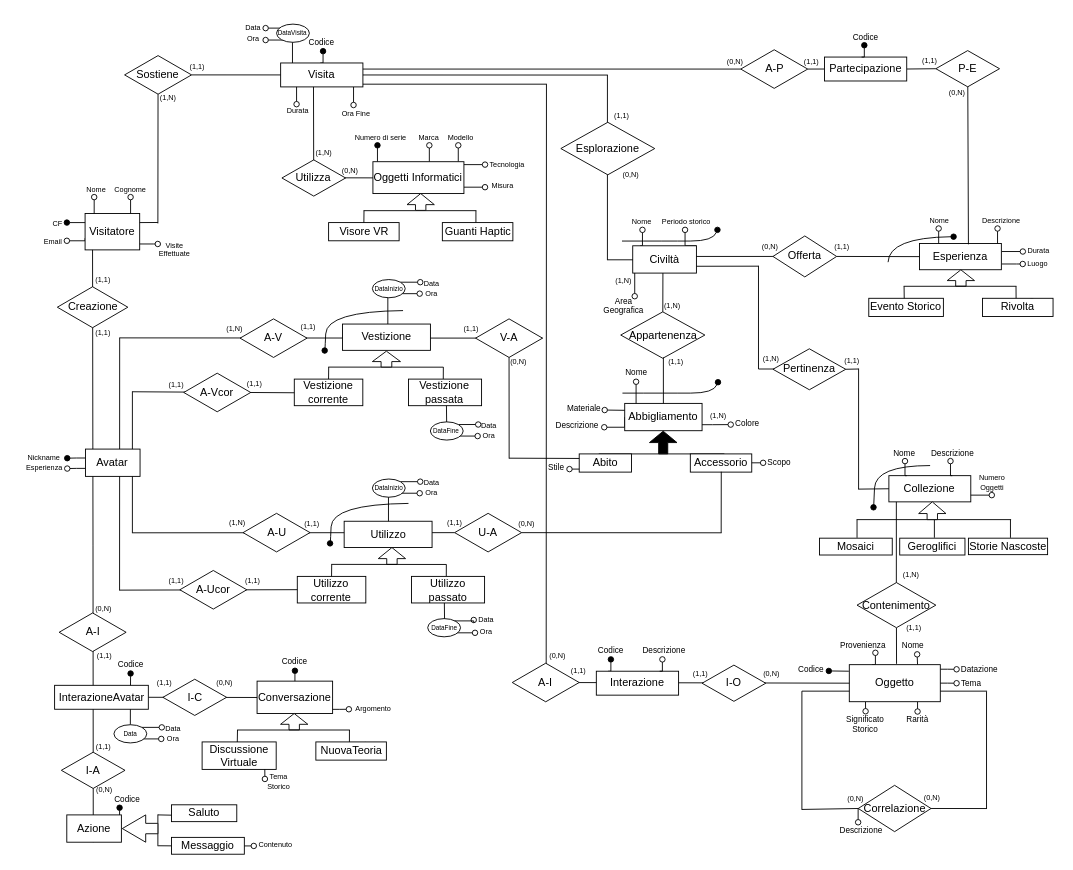
pnocerino/BasiDiDati keeps this draw.io diagram as WP1/ER.drawio. Above is the earlier version. Source tidied: cells renumbered, new cells numbered last; positions are measured from the earlier drawing's top-left corner, leaving out a move shared by most shapes. Both pictures are drawn from the tidied source at 91%, with x=0, y=0 at pixel (22, 19).
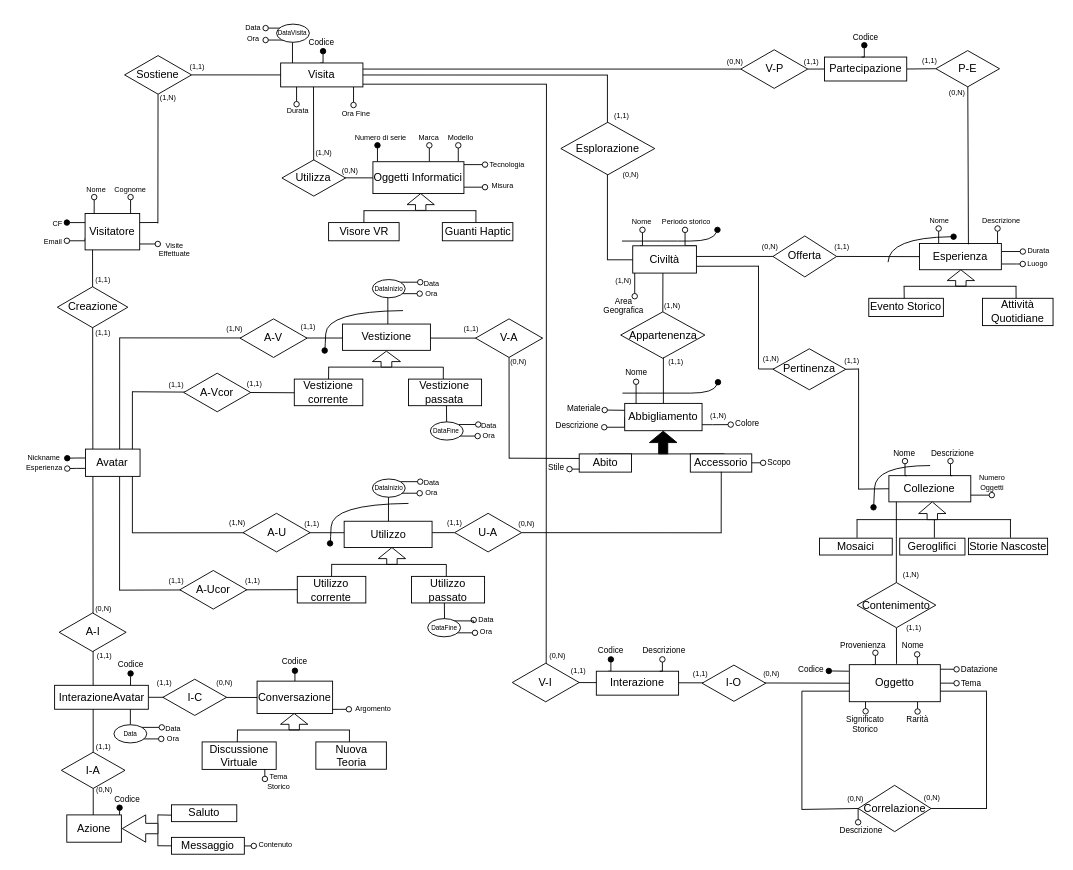
After the change.

The edit, as a diff of the source:
```diff
@@
-    <mxCell id="75" value="Rivolta" style="whiteSpace=wrap;html=1;align=center;" parent="1" vertex="1">
-      <mxGeometry x="1055.2" y="306.3" width="77.5" height="20" as="geometry" />
+    <mxCell id="75" value="Attività&lt;div&gt;Quotidiane&lt;/div&gt;" style="whiteSpace=wrap;html=1;align=center;" parent="1" vertex="1">
+      <mxGeometry x="1055.2" y="306.3" width="77.5" height="30" as="geometry" />
     </mxCell>
@@
-    <mxCell id="136" value="A-P" style="shape=rhombus;perimeter=rhombusPerimeter;whiteSpace=wrap;html=1;align=center;" parent="1" vertex="1">
+    <mxCell id="136" value="V-P" style="shape=rhombus;perimeter=rhombusPerimeter;whiteSpace=wrap;html=1;align=center;" parent="1" vertex="1">
       <mxGeometry x="789.5" y="33.2" width="73.6" height="42.4" as="geometry" />
     </mxCell>
@@
-    <mxCell id="254" value="A-I" style="shape=rhombus;perimeter=rhombusPerimeter;whiteSpace=wrap;html=1;align=center;" parent="1" vertex="1">
+    <mxCell id="254" value="V-I" style="shape=rhombus;perimeter=rhombusPerimeter;whiteSpace=wrap;html=1;align=center;" parent="1" vertex="1">
       <mxGeometry x="538.4" y="707.3" width="73.6" height="42.4" as="geometry" />
     </mxCell>
@@
-    <mxCell id="307" value="NuovaTeoria" style="whiteSpace=wrap;html=1;align=center;" parent="1" vertex="1">
-      <mxGeometry x="322.6" y="793.8" width="77.5" height="20" as="geometry" />
+    <mxCell id="307" value="Nuova&lt;div&gt;Teoria&lt;/div&gt;" style="whiteSpace=wrap;html=1;align=center;" parent="1" vertex="1">
+      <mxGeometry x="322.6" y="793.8" width="77.5" height="30" as="geometry" />
     </mxCell>
```
